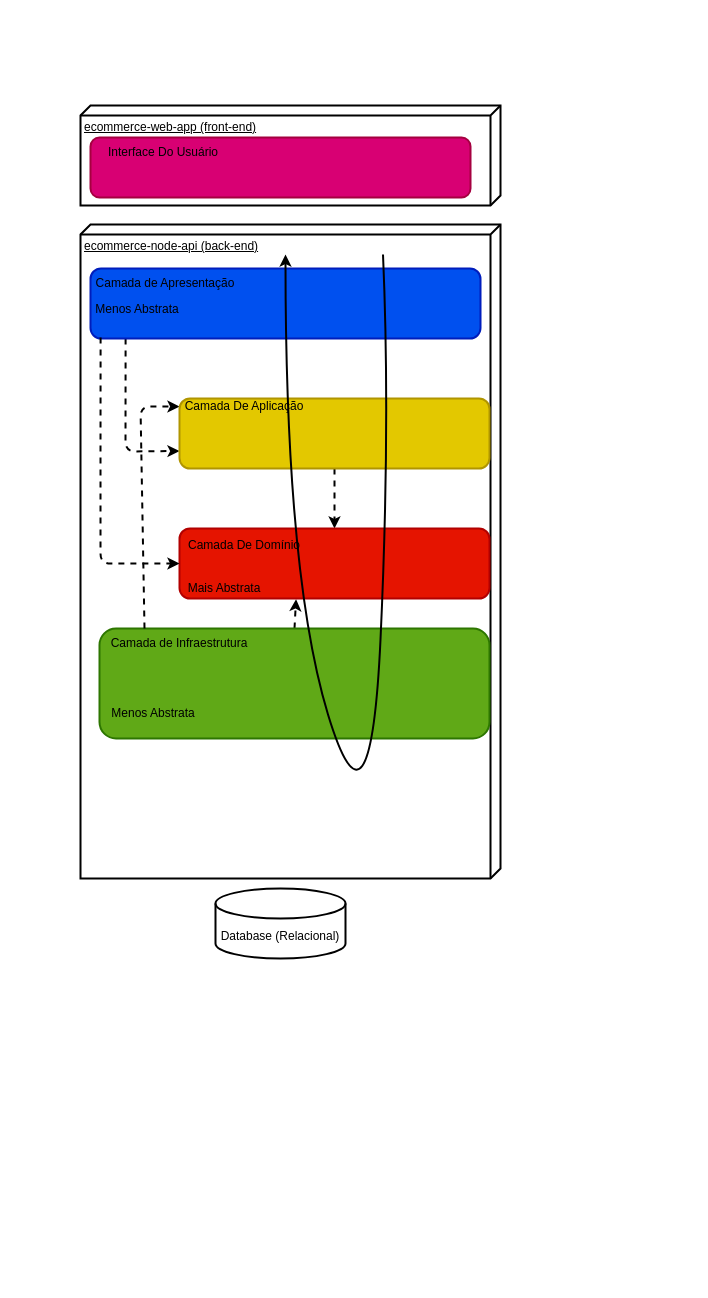
Before: page "Arquitetura em Hexagonal" (2 of 2) of requirements/ecommerce-arquitetura.drawio in raissiafreitas/ecommerce-node-api, a draw.io diagram. Source tidied: cells renumbered, new cells numbered last; positions are measured from the earlier drawing's top-left corner, leaving out a move shared by most shapes. Both pictures are drawn from the tidied source at 100%, with x=0, y=0 at pixel (80, 105).
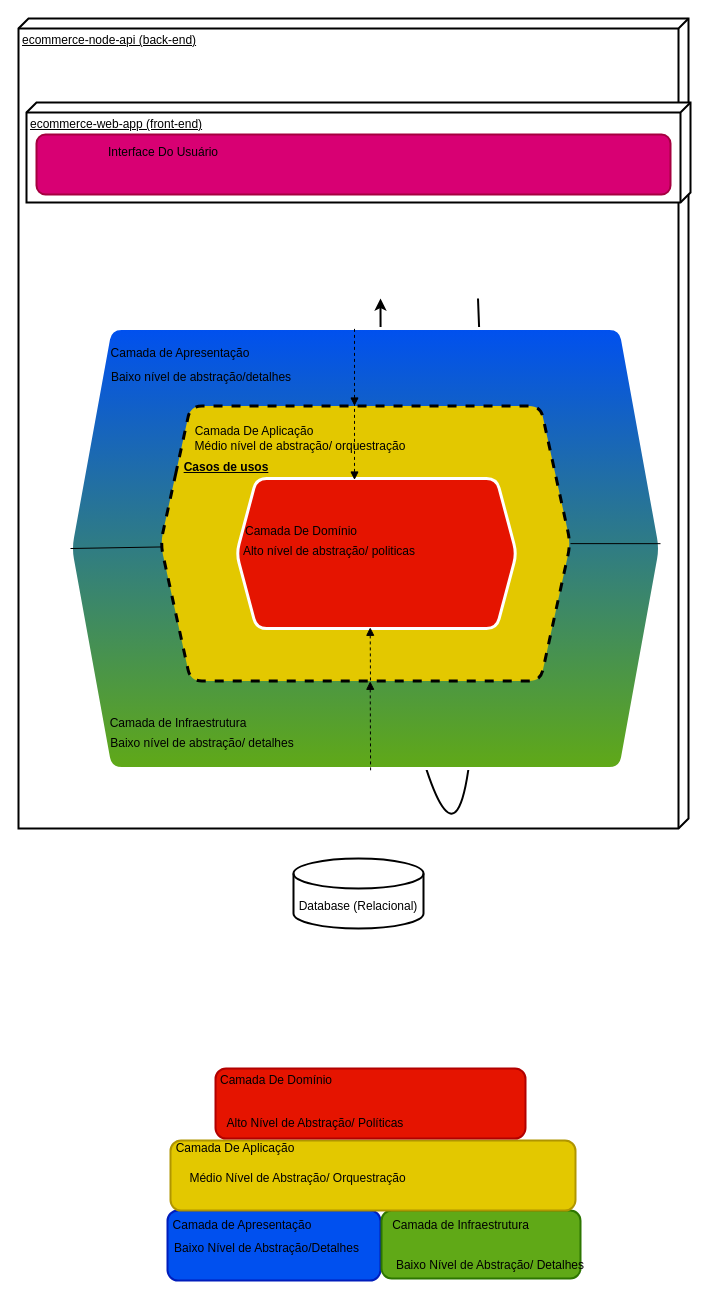
The same diagram, later.

The edit, as a diff of the source:
```diff
@@
+    <mxCell id="24" style="edgeStyle=none;html=1;exitX=0;exitY=0;exitDx=0;exitDy=330;exitPerimeter=0;entryX=0.5;entryY=0;entryDx=0;entryDy=0;fontFamily=Helvetica;fontSize=12;fontColor=default;endArrow=none;endFill=0;" parent="1" edge="1" source="2" target="39">
+      <mxGeometry relative="1" as="geometry" />
+    </mxCell>
+    <mxCell id="25" style="edgeStyle=none;html=1;entryX=0.5;entryY=0;entryDx=0;entryDy=0;fontFamily=Helvetica;fontSize=12;fontColor=default;endArrow=none;endFill=0;exitX=0.5;exitY=0;exitDx=0;exitDy=0;" parent="1" edge="1" source="35" target="39">
+      <mxGeometry relative="1" as="geometry" />
+    </mxCell>
     <mxCell id="2" value="ecommerce-node-api (back-end)" style="verticalAlign=top;align=left;spacingTop=8;spacingLeft=2;spacingRight=12;shape=cube;size=10;direction=south;fontStyle=4;html=1;strokeWidth=2;" parent="1" vertex="1">
-      <mxGeometry y="119" width="420" height="654" as="geometry" />
+      <mxGeometry x="-62" y="-87" width="670" height="810" as="geometry" />
     </mxCell>
     <mxCell id="3" value="ecommerce-web-app (front-end)" style="verticalAlign=top;align=left;spacingTop=8;spacingLeft=2;spacingRight=12;shape=cube;size=10;direction=south;fontStyle=4;html=1;strokeWidth=2;" parent="1" vertex="1">
-      <mxGeometry width="420" height="100" as="geometry" />
+      <mxGeometry x="-54" y="-3" width="664" height="100" as="geometry" />
     </mxCell>
     <mxCell id="4" value="Database (Relacional)" style="shape=cylinder3;whiteSpace=wrap;html=1;boundedLbl=1;backgroundOutline=1;size=15;strokeWidth=2;" parent="1" vertex="1">
-      <mxGeometry x="135" y="783" width="130" height="70" as="geometry" />
+      <mxGeometry x="213" y="753" width="130" height="70" as="geometry" />
     </mxCell>
-    <mxCell id="5" style="edgeStyle=none;html=1;exitX=0.09;exitY=1;exitDx=0;exitDy=0;exitPerimeter=0;entryX=0;entryY=0.75;entryDx=0;entryDy=0;dashed=1;strokeWidth=2;" parent="1" edge="1" source="6" target="15">
-      <mxGeometry relative="1" as="geometry">
-        <Array as="points">
-          <mxPoint x="45" y="346" />
-        </Array>
-      </mxGeometry>
-    </mxCell>
-    <mxCell id="6" style="rounded=1;whiteSpace=wrap;html=1;strokeWidth=2;fillColor=#0050ef;fontColor=#ffffff;strokeColor=#001DBC;points=[[0,0,0,0,0],[0,0.26,0,0,0],[0,0.5,0,0,0],[0,0.74,0,0,0],[0.01,0.96,0,0,0],[0.08,1,0,0,0],[0.09,0,0,0,0],[0.25,0,0,0,0],[0.5,0,0,0,0],[0.75,0,0,0,0],[0.75,1,0,0,0],[1,0,0,0,0],[1,0.26,0,0,0],[1,0.5,0,0,0],[1,0.76,0,0,0],[1,1,0,0,0]];" parent="1" vertex="1">
-      <mxGeometry x="10" y="163" width="390" height="70" as="geometry" />
-    </mxCell>
-    <mxCell id="7" style="edgeStyle=none;html=1;exitX=0.5;exitY=0;exitDx=0;exitDy=0;exitPerimeter=0;entryX=0.376;entryY=1.01;entryDx=0;entryDy=0;entryPerimeter=0;dashed=1;strokeWidth=2;" parent="1" edge="1" source="8" target="17">
-      <mxGeometry relative="1" as="geometry" />
-    </mxCell>
-    <mxCell id="8" style="rounded=1;whiteSpace=wrap;html=1;strokeWidth=2;fillColor=#60a917;fontColor=#ffffff;strokeColor=#2D7600;points=[[0,0,0,0,0],[0,0.25,0,0,0],[0,0.5,0,0,0],[0,0.75,0,0,0],[0,1,0,0,0],[0.04,0,0,0,-3],[0.25,1,0,0,0],[0.5,0,0,0,0],[0.5,1,0,0,0],[0.75,0,0,0,0],[0.75,1,0,0,0],[1,0,0,0,0],[1,0.25,0,0,0],[1,0.5,0,0,0],[1,0.75,0,0,0],[1,1,0,0,0]];" parent="1" vertex="1">
-      <mxGeometry x="19" y="523" width="390" height="110" as="geometry" />
-    </mxCell>
     <mxCell id="9" style="rounded=1;whiteSpace=wrap;html=1;strokeWidth=2;fillColor=#d80073;fontColor=#ffffff;strokeColor=#A50040;" parent="1" vertex="1">
-      <mxGeometry x="10" y="32" width="380" height="60" as="geometry" />
+      <mxGeometry x="-44" y="29" width="634" height="60" as="geometry" />
     </mxCell>
@@
-    <mxCell id="11" value="Camada de Apresentação" style="text;html=1;strokeColor=none;fillColor=none;align=center;verticalAlign=middle;whiteSpace=wrap;rounded=0;strokeWidth=2;" parent="1" vertex="1">
-      <mxGeometry x="10" y="163" width="150" height="30" as="geometry" />
-    </mxCell>
-    <mxCell id="12" style="edgeStyle=none;html=1;exitX=0.25;exitY=0;exitDx=0;exitDy=0;entryX=0;entryY=0.5;entryDx=0;entryDy=0;dashed=1;strokeWidth=2;" parent="1" edge="1" source="13" target="16">
-      <mxGeometry relative="1" as="geometry">
-        <Array as="points">
-          <mxPoint x="60" y="301" />
-        </Array>
-      </mxGeometry>
-    </mxCell>
-    <mxCell id="13" value="Camada de Infraestrutura" style="text;html=1;strokeColor=none;fillColor=none;align=center;verticalAlign=middle;whiteSpace=wrap;rounded=0;strokeWidth=2;" parent="1" vertex="1">
-      <mxGeometry x="29" y="523" width="140" height="30" as="geometry" />
-    </mxCell>
-    <mxCell id="14" style="edgeStyle=none;html=1;dashed=1;strokeWidth=2;entryX=0.5;entryY=0;entryDx=0;entryDy=0;" parent="1" edge="1" source="15" target="17">
-      <mxGeometry relative="1" as="geometry" />
-    </mxCell>
-    <mxCell id="15" style="rounded=1;whiteSpace=wrap;html=1;strokeWidth=2;fillColor=#e3c800;fontColor=#000000;strokeColor=#B09500;" parent="1" vertex="1">
-      <mxGeometry x="99" y="293" width="310" height="70" as="geometry" />
-    </mxCell>
+    <mxCell id="22" style="curved=1;endArrow=classic;html=1;strokeWidth=2;exitX=0.75;exitY=0;exitDx=0;exitDy=0;exitPerimeter=0;entryX=0.5;entryY=0;entryDx=0;entryDy=0;entryPerimeter=0;" parent="1" edge="1">
+      <mxGeometry relative="1" as="geometry">
+        <mxPoint x="397.5" y="193" as="sourcePoint" />
+        <mxPoint x="300" y="193" as="targetPoint" />
+        <Array as="points">
+          <mxPoint x="405" y="363" />
+          <mxPoint x="385" y="793" />
+          <mxPoint x="300" y="513" />
+        </Array>
+      </mxGeometry>
+    </mxCell>
+    <mxCell id="26" style="edgeStyle=none;html=1;entryX=0.5;entryY=0;entryDx=0;entryDy=0;fontFamily=Helvetica;fontSize=12;fontColor=default;endArrow=none;endFill=0;" parent="1" edge="1" source="35" target="39">
+      <mxGeometry relative="1" as="geometry" />
+    </mxCell>
+    <mxCell id="27" style="edgeStyle=none;html=1;entryX=0.5;entryY=0;entryDx=0;entryDy=0;fontFamily=Helvetica;fontSize=12;fontColor=default;endArrow=none;endFill=0;" parent="1" edge="1" source="35" target="39">
+      <mxGeometry relative="1" as="geometry" />
+    </mxCell>
+    <mxCell id="28" style="edgeStyle=none;html=1;entryX=0.5;entryY=0;entryDx=0;entryDy=0;fontFamily=Helvetica;fontSize=12;fontColor=default;endArrow=none;endFill=0;" parent="1" edge="1" source="35" target="39">
+      <mxGeometry relative="1" as="geometry" />
+    </mxCell>
+    <mxCell id="29" style="edgeStyle=none;html=1;entryX=0.5;entryY=0;entryDx=0;entryDy=0;fontFamily=Helvetica;fontSize=12;fontColor=default;endArrow=none;endFill=0;" parent="1" edge="1" source="35" target="39">
+      <mxGeometry relative="1" as="geometry" />
+    </mxCell>
+    <mxCell id="30" style="edgeStyle=none;html=1;entryX=0.5;entryY=0;entryDx=0;entryDy=0;fontFamily=Helvetica;fontSize=12;fontColor=default;endArrow=none;endFill=0;" parent="1" edge="1" source="35" target="39">
+      <mxGeometry relative="1" as="geometry" />
+    </mxCell>
+    <mxCell id="31" style="edgeStyle=none;html=1;entryX=0.5;entryY=0;entryDx=0;entryDy=0;fontFamily=Helvetica;fontSize=12;fontColor=default;endArrow=none;endFill=0;" parent="1" edge="1" source="35" target="39">
+      <mxGeometry relative="1" as="geometry" />
+    </mxCell>
+    <mxCell id="32" style="edgeStyle=none;html=1;entryX=0.463;entryY=0.008;entryDx=0;entryDy=0;entryPerimeter=0;fontFamily=Helvetica;fontSize=12;fontColor=default;endArrow=none;endFill=0;" parent="1" edge="1" source="35" target="40">
+      <mxGeometry relative="1" as="geometry" />
+    </mxCell>
+    <mxCell id="33" style="edgeStyle=none;html=1;entryX=0.5;entryY=0;entryDx=0;entryDy=0;fontFamily=Helvetica;fontSize=12;fontColor=default;endArrow=none;endFill=0;" parent="1" edge="1" source="35" target="39">
+      <mxGeometry relative="1" as="geometry" />
+    </mxCell>
+    <mxCell id="34" style="edgeStyle=none;html=1;entryX=0.5;entryY=0;entryDx=0;entryDy=0;fontFamily=Helvetica;fontSize=12;fontColor=default;endArrow=none;endFill=0;" parent="1" edge="1" source="35" target="39">
+      <mxGeometry relative="1" as="geometry" />
+    </mxCell>
+    <mxCell id="35" style="shape=hexagon;perimeter=hexagonPerimeter2;whiteSpace=wrap;html=1;fixedSize=1;rounded=1;strokeColor=#FFFFFF;strokeWidth=3;fillColor=#0050EF;gradientColor=#60A917;gradientDirection=south;size=40;arcSize=22;" parent="1" vertex="1">
+      <mxGeometry x="-10" y="223" width="590" height="440" as="geometry" />
+    </mxCell>
+    <mxCell id="36" style="edgeStyle=none;html=1;" parent="1" edge="1" source="39" target="35">
+      <mxGeometry relative="1" as="geometry" />
+    </mxCell>
+    <mxCell id="37" style="edgeStyle=none;html=1;entryX=0;entryY=0.5;entryDx=0;entryDy=0;verticalAlign=bottom;fontFamily=Helvetica;endArrow=none;endFill=0;" parent="1" edge="1" source="39" target="35">
+      <mxGeometry relative="1" as="geometry" />
+    </mxCell>
+    <mxCell id="38" style="edgeStyle=none;html=1;entryX=1;entryY=0.489;entryDx=0;entryDy=0;entryPerimeter=0;fontFamily=Helvetica;endArrow=none;endFill=0;" parent="1" edge="1" source="39" target="35">
+      <mxGeometry relative="1" as="geometry" />
+    </mxCell>
+    <mxCell id="39" style="shape=hexagon;perimeter=hexagonPerimeter2;fixedSize=1;rounded=1;strokeColor=default;strokeWidth=3;fillColor=#E3C800;gradientColor=none;size=30;arcSize=23;labelBorderColor=none;labelBackgroundColor=none;horizontal=1;verticalAlign=top;align=center;fontFamily=Helvetica;whiteSpace=wrap;html=1;fontColor=default;fontSize=12;perimeterSpacing=0;dashed=1;" parent="1" vertex="1">
+      <mxGeometry x="80" y="300.5" width="410" height="275" as="geometry" />
+    </mxCell>
+    <mxCell id="40" style="shape=hexagon;perimeter=hexagonPerimeter2;whiteSpace=wrap;html=1;fixedSize=1;rounded=1;fillColor=#E51400;strokeColor=#FFFFFF;strokeWidth=3;size=20;" parent="1" vertex="1">
+      <mxGeometry x="156" y="373" width="280" height="150" as="geometry" />
+    </mxCell>
+    <mxCell id="18" value="Camada De Domínio" style="text;html=1;strokeColor=none;fillColor=none;align=center;verticalAlign=middle;whiteSpace=wrap;rounded=0;" parent="1" vertex="1">
+      <mxGeometry x="155" y="410.5" width="132" height="30" as="geometry" />
+    </mxCell>
     <mxCell id="16" value="Camada De Aplicação" style="text;html=1;strokeColor=none;fillColor=none;align=center;verticalAlign=middle;whiteSpace=wrap;rounded=0;" parent="1" vertex="1">
-      <mxGeometry x="99" y="286" width="130" height="30" as="geometry" />
+      <mxGeometry x="109" y="311" width="130" height="30" as="geometry" />
     </mxCell>
-    <mxCell id="17" style="rounded=1;whiteSpace=wrap;html=1;strokeWidth=2;fillColor=#e51400;fontColor=#ffffff;strokeColor=#B20000;" parent="1" vertex="1">
-      <mxGeometry x="99" y="423" width="310" height="70" as="geometry" />
-    </mxCell>
-    <mxCell id="18" value="Camada De Domínio" style="text;html=1;strokeColor=none;fillColor=none;align=center;verticalAlign=middle;whiteSpace=wrap;rounded=0;" parent="1" vertex="1">
-      <mxGeometry x="105" y="425" width="118" height="30" as="geometry" />
-    </mxCell>
-    <mxCell id="19" value="Mais Abstrata" style="text;html=1;strokeColor=none;fillColor=none;align=center;verticalAlign=middle;whiteSpace=wrap;rounded=0;" parent="1" vertex="1">
-      <mxGeometry x="106" y="468" width="76" height="30" as="geometry" />
-    </mxCell>
-    <mxCell id="20" value="Menos Abstrata" style="text;html=1;strokeColor=none;fillColor=none;align=center;verticalAlign=middle;whiteSpace=wrap;rounded=0;" parent="1" vertex="1">
-      <mxGeometry x="28" y="593" width="90" height="30" as="geometry" />
-    </mxCell>
-    <mxCell id="21" value="Menos Abstrata" style="text;html=1;strokeColor=none;fillColor=none;align=center;verticalAlign=middle;whiteSpace=wrap;rounded=0;" parent="1" vertex="1">
-      <mxGeometry x="12" y="189" width="90" height="30" as="geometry" />
-    </mxCell>
-    <mxCell id="22" style="curved=1;endArrow=classic;html=1;strokeWidth=2;exitX=0.75;exitY=0;exitDx=0;exitDy=0;exitPerimeter=0;entryX=0.5;entryY=0;entryDx=0;entryDy=0;entryPerimeter=0;" parent="1" edge="1">
-      <mxGeometry relative="1" as="geometry">
-        <mxPoint x="302.5" y="149" as="sourcePoint" />
-        <mxPoint x="205" y="149" as="targetPoint" />
-        <Array as="points">
-          <mxPoint x="310" y="319" />
-          <mxPoint x="290" y="749" />
-          <mxPoint x="205" y="469" />
-        </Array>
-      </mxGeometry>
-    </mxCell>
-    <mxCell id="23" style="edgeStyle=none;html=1;exitX=0.09;exitY=1;exitDx=0;exitDy=0;exitPerimeter=0;entryX=0;entryY=0.5;entryDx=0;entryDy=0;dashed=1;strokeWidth=2;" parent="1" edge="1" target="17">
-      <mxGeometry relative="1" as="geometry">
-        <mxPoint x="20.1" y="232" as="sourcePoint" />
-        <Array as="points">
-          <mxPoint x="20" y="345" />
-          <mxPoint x="20" y="458" />
-        </Array>
-      </mxGeometry>
-    </mxCell>
+    <mxCell id="41" value="Médio nível de abstração/ orquestração" style="text;html=1;strokeColor=none;fillColor=none;align=center;verticalAlign=middle;whiteSpace=wrap;rounded=0;" parent="1" vertex="1">
+      <mxGeometry x="113" y="335" width="214" height="12" as="geometry" />
+    </mxCell>
+    <mxCell id="42" value="Alto nível de abstração/ politicas" style="text;html=1;strokeColor=none;fillColor=none;align=center;verticalAlign=middle;whiteSpace=wrap;rounded=0;" parent="1" vertex="1">
+      <mxGeometry x="152" y="431" width="194" height="30" as="geometry" />
+    </mxCell>
+    <mxCell id="43" value="Camada de Infraestrutura" style="text;html=1;strokeColor=none;fillColor=none;align=center;verticalAlign=middle;whiteSpace=wrap;rounded=0;strokeWidth=2;" parent="1" vertex="1">
+      <mxGeometry x="28" y="603" width="140" height="30" as="geometry" />
+    </mxCell>
+    <mxCell id="44" value="Baixo nível de abstração/ detalhes" style="text;html=1;strokeColor=none;fillColor=none;align=center;verticalAlign=middle;whiteSpace=wrap;rounded=0;" parent="1" vertex="1">
+      <mxGeometry x="21" y="623" width="202" height="30" as="geometry" />
+    </mxCell>
+    <mxCell id="45" value="Camada de Apresentação" style="text;html=1;strokeColor=none;fillColor=none;align=center;verticalAlign=middle;whiteSpace=wrap;rounded=0;strokeWidth=2;" parent="1" vertex="1">
+      <mxGeometry x="25" y="233" width="150" height="30" as="geometry" />
+    </mxCell>
+    <mxCell id="46" value="Baixo nível de abstração/detalhes" style="text;html=1;strokeColor=none;fillColor=none;align=center;verticalAlign=middle;whiteSpace=wrap;rounded=0;" parent="1" vertex="1">
+      <mxGeometry x="22" y="257" width="198" height="30" as="geometry" />
+    </mxCell>
+    <mxCell id="47" value="Casos de usos" style="text;html=1;strokeColor=none;fillColor=none;align=center;verticalAlign=middle;whiteSpace=wrap;rounded=0;strokeWidth=3;fontFamily=Helvetica;fontStyle=5;" parent="1" vertex="1">
+      <mxGeometry x="100" y="347" width="92" height="30" as="geometry" />
+    </mxCell>
+    <mxCell id="48" style="edgeStyle=none;html=1;fontFamily=Helvetica;fontSize=12;fontColor=default;endArrow=none;endFill=0;entryX=0.5;entryY=0;entryDx=0;entryDy=0;startArrow=block;startFill=1;exitX=0.5;exitY=0;exitDx=0;exitDy=0;dashed=1;" parent="1" edge="1">
+      <mxGeometry relative="1" as="geometry">
+        <mxPoint x="274" y="300.5" as="sourcePoint" />
+        <mxPoint x="274" y="223" as="targetPoint" />
+      </mxGeometry>
+    </mxCell>
+    <mxCell id="49" style="edgeStyle=none;html=1;fontFamily=Helvetica;fontSize=12;fontColor=default;endArrow=none;endFill=0;entryX=0.5;entryY=0;entryDx=0;entryDy=0;startArrow=block;startFill=1;exitX=0.5;exitY=0;exitDx=0;exitDy=0;dashed=1;" parent="1" edge="1">
+      <mxGeometry relative="1" as="geometry">
+        <mxPoint x="274" y="374.5" as="sourcePoint" />
+        <mxPoint x="274" y="297" as="targetPoint" />
+      </mxGeometry>
+    </mxCell>
+    <mxCell id="50" style="edgeStyle=none;html=1;fontFamily=Helvetica;fontSize=12;fontColor=default;endArrow=none;endFill=0;entryX=0.529;entryY=1.004;entryDx=0;entryDy=0;startArrow=block;startFill=1;dashed=1;exitX=0.548;exitY=1.001;exitDx=0;exitDy=0;exitPerimeter=0;entryPerimeter=0;" parent="1" edge="1">
+      <mxGeometry relative="1" as="geometry">
+        <mxPoint x="289.7" y="575.8" as="sourcePoint" />
+        <mxPoint x="290.1" y="664.8" as="targetPoint" />
+      </mxGeometry>
+    </mxCell>
+    <mxCell id="51" style="edgeStyle=none;html=1;fontFamily=Helvetica;fontSize=12;fontColor=default;endArrow=none;endFill=0;startArrow=block;startFill=1;dashed=1;exitX=0.548;exitY=1.001;exitDx=0;exitDy=0;exitPerimeter=0;" parent="1" edge="1">
+      <mxGeometry relative="1" as="geometry">
+        <mxPoint x="289.7" y="521.8" as="sourcePoint" />
+        <mxPoint x="290" y="579" as="targetPoint" />
+      </mxGeometry>
+    </mxCell>
+    <mxCell id="52" style="rounded=1;whiteSpace=wrap;html=1;strokeWidth=2;fillColor=#0050ef;fontColor=#ffffff;strokeColor=#001DBC;" parent="1" vertex="1">
+      <mxGeometry x="87" y="1105" width="213" height="70" as="geometry" />
+    </mxCell>
+    <mxCell id="53" style="rounded=1;whiteSpace=wrap;html=1;strokeWidth=2;fillColor=#60A917;fontColor=#ffffff;strokeColor=#2D7600;" parent="1" vertex="1">
+      <mxGeometry x="301" y="1105" width="199" height="68" as="geometry" />
+    </mxCell>
+    <mxCell id="54" value="Camada de Apresentação" style="text;html=1;strokeColor=none;fillColor=none;align=center;verticalAlign=middle;whiteSpace=wrap;rounded=0;strokeWidth=2;" parent="1" vertex="1">
+      <mxGeometry x="87" y="1105" width="150" height="30" as="geometry" />
+    </mxCell>
+    <mxCell id="55" value="Camada de Infraestrutura" style="text;html=1;strokeColor=none;fillColor=none;align=center;verticalAlign=middle;whiteSpace=wrap;rounded=0;strokeWidth=2;" parent="1" vertex="1">
+      <mxGeometry x="311" y="1105" width="139" height="30" as="geometry" />
+    </mxCell>
+    <mxCell id="56" style="rounded=1;whiteSpace=wrap;html=1;strokeWidth=2;fillColor=#e3c800;fontColor=#000000;strokeColor=#B09500;" parent="1" vertex="1">
+      <mxGeometry x="90" y="1035" width="405" height="70" as="geometry" />
+    </mxCell>
+    <mxCell id="57" value="Camada De Aplicação" style="text;html=1;strokeColor=none;fillColor=none;align=center;verticalAlign=middle;whiteSpace=wrap;rounded=0;" parent="1" vertex="1">
+      <mxGeometry x="90" y="1028" width="130" height="30" as="geometry" />
+    </mxCell>
+    <mxCell id="58" style="rounded=1;whiteSpace=wrap;html=1;strokeWidth=2;fillColor=#e51400;fontColor=#ffffff;strokeColor=#B20000;" parent="1" vertex="1">
+      <mxGeometry x="135" y="963" width="310" height="70" as="geometry" />
+    </mxCell>
+    <mxCell id="59" value="Camada De Domínio" style="text;html=1;strokeColor=none;fillColor=none;align=center;verticalAlign=middle;whiteSpace=wrap;rounded=0;" parent="1" vertex="1">
+      <mxGeometry x="137" y="960" width="118" height="30" as="geometry" />
+    </mxCell>
+    <mxCell id="60" value="Alto Nível de Abstração/ Políticas" style="text;html=1;strokeColor=none;fillColor=none;align=center;verticalAlign=middle;whiteSpace=wrap;rounded=0;" parent="1" vertex="1">
+      <mxGeometry x="138" y="1003" width="194" height="30" as="geometry" />
+    </mxCell>
+    <mxCell id="61" value="Baixo Nível de Abstração/ Detalhes" style="text;html=1;strokeColor=none;fillColor=none;align=center;verticalAlign=middle;whiteSpace=wrap;rounded=0;" parent="1" vertex="1">
+      <mxGeometry x="308.5" y="1145" width="202" height="30" as="geometry" />
+    </mxCell>
+    <mxCell id="62" value="Baixo Nível de Abstração/Detalhes" style="text;html=1;strokeColor=none;fillColor=none;align=center;verticalAlign=middle;whiteSpace=wrap;rounded=0;" parent="1" vertex="1">
+      <mxGeometry x="89" y="1125" width="195" height="36" as="geometry" />
+    </mxCell>
+    <mxCell id="63" value="Médio Nível de Abstração/ Orquestração" style="text;html=1;strokeColor=none;fillColor=none;align=center;verticalAlign=middle;whiteSpace=wrap;rounded=0;" parent="1" vertex="1">
+      <mxGeometry x="94" y="1058" width="247" height="30" as="geometry" />
+    </mxCell>
```
